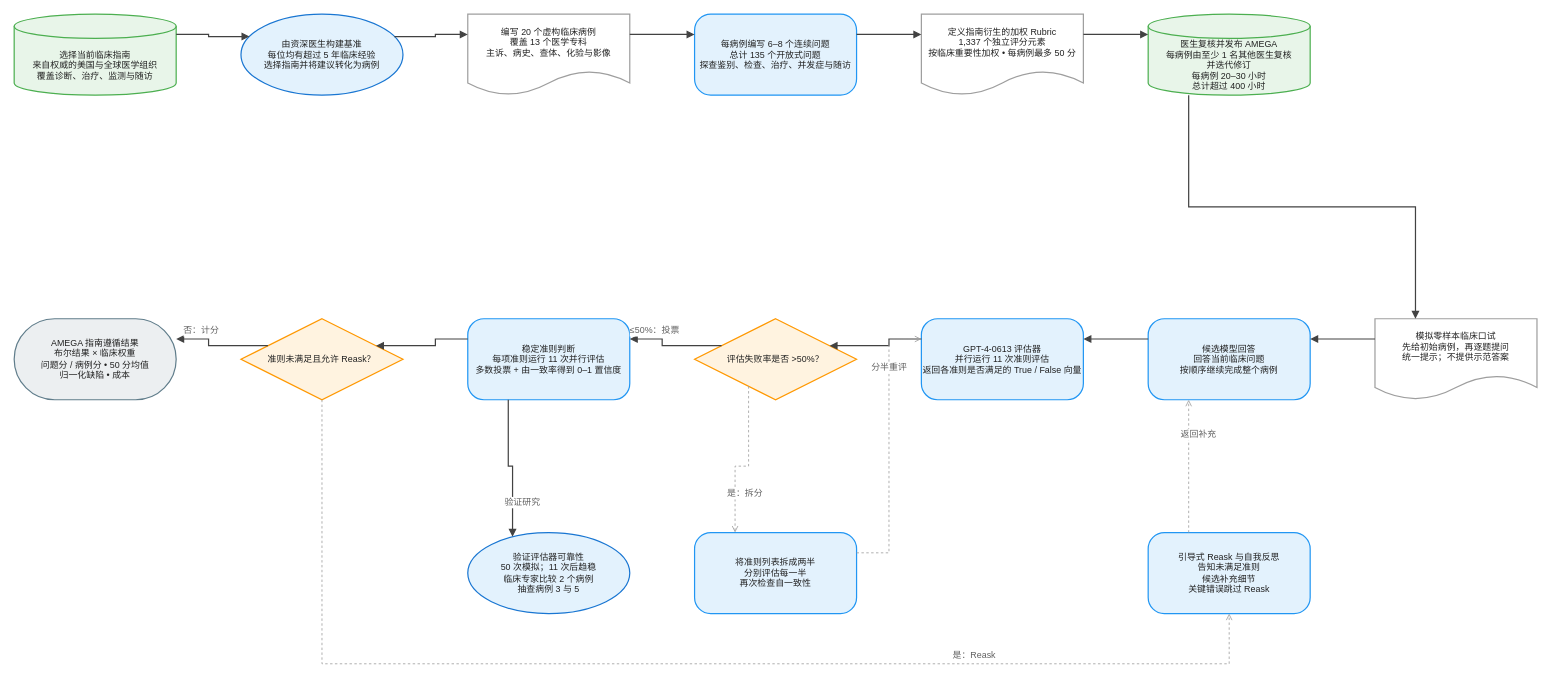
joe1chief/benchmark-hub keeps this draw.io diagram as client/public/drawio/AMEGA-LLM/AMEGA-LLM.zh.drawio. Above is the earlier version. Source tidied: cells renumbered, new cells numbered last; positions are measured from the earlier drawing's top-left corner, leaving out a move shared by most shapes. Both pictures are drawn from the tidied source at 81%, with x=0, y=0 at pixel (14, 14).
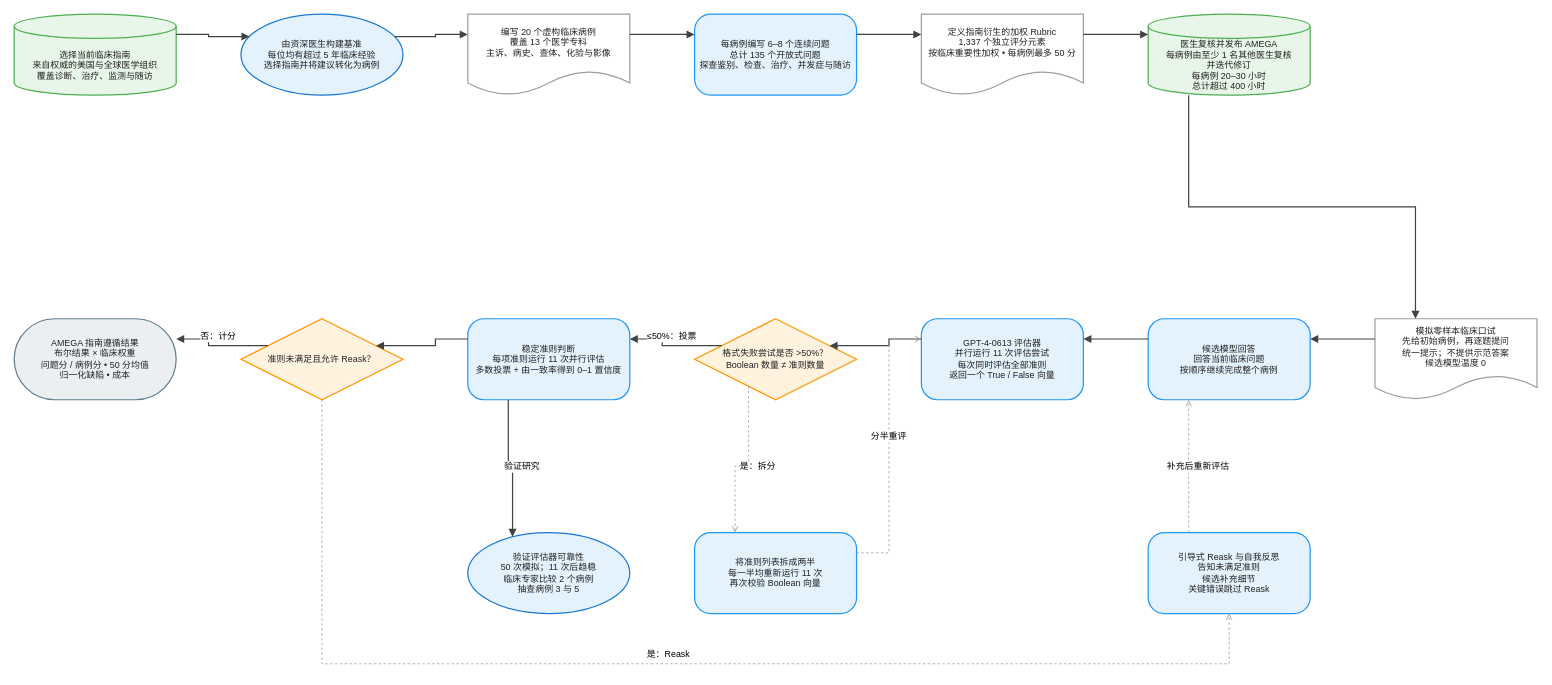
Above is the later version.

The change refers to these unchanged cells:
```xml
<mxCell id="9" value="候选模型回答&#10;回答当前临床问题&#10;按顺序继续完成整个病例" style="rounded=1;arcSize=20;html=0;convertToSvg=1;whiteSpace=wrap;fillColor=#E3F2FD;strokeColor=#2196F3;strokeWidth=1.5;fontColor=#212121;fontSize=11;fontFamily=Arial, Helvetica, sans-serif;verticalAlign=middle;align=center;" parent="1" vertex="1">
  <mxGeometry x="1400" y="376" width="200" height="100" as="geometry" />
</mxCell>
<mxCell id="13" value="准则未满足且允许 Reask？" style="rhombus;html=0;convertToSvg=1;whiteSpace=wrap;fillColor=#FFF3E0;strokeColor=#FF9800;strokeWidth=1.5;fontColor=#212121;fontSize=11;fontFamily=Arial, Helvetica, sans-serif;verticalAlign=middle;align=center;" parent="1" vertex="1">
  <mxGeometry x="280" y="376" width="200" height="100" as="geometry" />
</mxCell>
<mxCell id="14" value="引导式 Reask 与自我反思&#10;告知未满足准则&#10;候选补充细节&#10;关键错误跳过 Reask" style="rounded=1;arcSize=20;html=0;convertToSvg=1;whiteSpace=wrap;fillColor=#E3F2FD;strokeColor=#2196F3;strokeWidth=1.5;fontColor=#212121;fontSize=11;fontFamily=Arial, Helvetica, sans-serif;verticalAlign=middle;align=center;" parent="1" vertex="1">
  <mxGeometry x="1400" y="640" width="200" height="100" as="geometry" />
</mxCell>
<mxCell id="15" value="稳定准则判断&#10;每项准则运行 11 次并行评估&#10;多数投票 + 由一致率得到 0–1 置信度" style="rounded=1;arcSize=20;html=0;convertToSvg=1;whiteSpace=wrap;fillColor=#E3F2FD;strokeColor=#2196F3;strokeWidth=1.5;fontColor=#212121;fontSize=11;fontFamily=Arial, Helvetica, sans-serif;verticalAlign=middle;align=center;" parent="1" vertex="1">
  <mxGeometry x="560" y="376" width="200" height="100" as="geometry" />
</mxCell>
<mxCell id="16" value="AMEGA 指南遵循结果&#10;布尔结果 × 临床权重&#10;问题分 / 病例分 • 50 分均值&#10;归一化缺陷 • 成本" style="rounded=1;arcSize=50;html=0;convertToSvg=1;whiteSpace=wrap;fillColor=#ECEFF1;strokeColor=#607D8B;strokeWidth=1.5;fontColor=#212121;fontSize=11;fontFamily=Arial, Helvetica, sans-serif;verticalAlign=middle;align=center;" parent="1" vertex="1">
  <mxGeometry y="376" width="200" height="100" as="geometry" />
</mxCell>
<mxCell id="17" value="验证评估器可靠性&#10;50 次模拟；11 次后趋稳&#10;临床专家比较 2 个病例&#10;抽查病例 3 与 5" style="ellipse;html=0;convertToSvg=1;whiteSpace=wrap;fillColor=#E3F2FD;strokeColor=#1976D2;strokeWidth=1.5;fontColor=#212121;fontSize=11;fontFamily=Arial, Helvetica, sans-serif;verticalAlign=middle;align=center;" parent="1" vertex="1">
  <mxGeometry x="560" y="640" width="200" height="100" as="geometry" />
</mxCell>
```

The edit, as a diff of the source:
```diff
@@
-    <mxCell id="8" value="模拟零样本临床口试&#10;先给初始病例，再逐题提问&#10;统一提示；不提供示范答案" style="shape=document;boundedLbl=1;html=0;convertToSvg=1;whiteSpace=wrap;fillColor=#FFFFFF;strokeColor=#9E9E9E;strokeWidth=1.5;fontColor=#212121;fontSize=11;fontFamily=Arial, Helvetica, sans-serif;verticalAlign=middle;align=center;" parent="1" vertex="1">
+    <mxCell id="8" value="模拟零样本临床口试&#10;先给初始病例，再逐题提问&#10;统一提示；不提供示范答案&#10;候选模型温度 0" style="shape=document;boundedLbl=1;html=0;convertToSvg=1;whiteSpace=wrap;fillColor=#FFFFFF;strokeColor=#9E9E9E;strokeWidth=1.5;fontColor=#212121;fontSize=11;fontFamily=Arial, Helvetica, sans-serif;verticalAlign=middle;align=center;" parent="1" vertex="1">
       <mxGeometry x="1680" y="376" width="200" height="100" as="geometry" />
     </mxCell>
@@
-    <mxCell id="10" value="GPT-4-0613 评估器&#10;并行运行 11 次准则评估&#10;返回各准则是否满足的 True / False 向量" style="rounded=1;arcSize=20;html=0;convertToSvg=1;whiteSpace=wrap;fillColor=#E3F2FD;strokeColor=#2196F3;strokeWidth=1.5;fontColor=#212121;fontSize=11;fontFamily=Arial, Helvetica, sans-serif;verticalAlign=middle;align=center;" parent="1" vertex="1">
+    <mxCell id="10" value="GPT-4-0613 评估器&#10;并行运行 11 次评估尝试&#10;每次同时评估全部准则&#10;返回一个 True / False 向量" style="rounded=1;arcSize=20;html=0;convertToSvg=1;whiteSpace=wrap;fillColor=#E3F2FD;strokeColor=#2196F3;strokeWidth=1.5;fontColor=#212121;fontSize=11;fontFamily=Arial, Helvetica, sans-serif;verticalAlign=middle;align=center;" parent="1" vertex="1">
       <mxGeometry x="1120" y="376" width="200" height="100" as="geometry" />
     </mxCell>
-    <mxCell id="11" value="评估失败率是否 &gt;50%？" style="rhombus;html=0;convertToSvg=1;whiteSpace=wrap;fillColor=#FFF3E0;strokeColor=#FF9800;strokeWidth=1.5;fontColor=#212121;fontSize=11;fontFamily=Arial, Helvetica, sans-serif;verticalAlign=middle;align=center;" parent="1" vertex="1">
+    <mxCell id="11" value="格式失败尝试是否 &gt;50%？&#10;Boolean 数量 ≠ 准则数量" style="rhombus;html=0;convertToSvg=1;whiteSpace=wrap;fillColor=#FFF3E0;strokeColor=#FF9800;strokeWidth=1.5;fontColor=#212121;fontSize=11;fontFamily=Arial, Helvetica, sans-serif;verticalAlign=middle;align=center;" parent="1" vertex="1">
       <mxGeometry x="840" y="376" width="200" height="100" as="geometry" />
     </mxCell>
-    <mxCell id="12" value="将准则列表拆成两半&#10;分别评估每一半&#10;再次检查自一致性" style="rounded=1;arcSize=20;html=0;convertToSvg=1;whiteSpace=wrap;fillColor=#E3F2FD;strokeColor=#2196F3;strokeWidth=1.5;fontColor=#212121;fontSize=11;fontFamily=Arial, Helvetica, sans-serif;verticalAlign=middle;align=center;" parent="1" vertex="1">
+    <mxCell id="12" value="将准则列表拆成两半&#10;每一半均重新运行 11 次&#10;再次校验 Boolean 向量" style="rounded=1;arcSize=20;html=0;convertToSvg=1;whiteSpace=wrap;fillColor=#E3F2FD;strokeColor=#2196F3;strokeWidth=1.5;fontColor=#212121;fontSize=11;fontFamily=Arial, Helvetica, sans-serif;verticalAlign=middle;align=center;" parent="1" vertex="1">
       <mxGeometry x="840" y="640" width="200" height="100" as="geometry" />
     </mxCell>
@@
-    <mxCell id="27" style="edgeStyle=orthogonalEdgeStyle;rounded=0;jettySize=auto;html=0;convertToSvg=1;strokeColor=#9E9E9E;strokeWidth=1;endArrow=open;endFill=0;exitX=0.25;exitY=1;exitDx=0;exitDy=0;entryX=0.25;entryY=0;entryDx=0;entryDy=0;dashed=1;dashPattern=3 3;jumpStyle=arc;jumpSize=8;" parent="1" edge="1" source="11" target="12">
-      <mxGeometry relative="1" as="geometry" />
+    <mxCell id="27" value="是：拆分" style="edgeStyle=orthogonalEdgeStyle;rounded=0;jettySize=auto;html=0;convertToSvg=1;strokeColor=#9E9E9E;strokeWidth=1;endArrow=open;endFill=0;exitX=0.25;exitY=1;exitDx=0;exitDy=0;entryX=0.25;entryY=0;entryDx=0;entryDy=0;dashed=1;dashPattern=3 3;jumpStyle=arc;jumpSize=8;" parent="1" edge="1" source="11" target="12">
+      <mxGeometry relative="1" as="geometry">
+        <mxPoint x="12" as="offset" />
+      </mxGeometry>
     </mxCell>
-    <mxCell id="28" value="是：拆分" style="edgeLabel;html=0;convertToSvg=1;align=center;verticalAlign=middle;fontSize=11;fontColor=#616161;" parent="27" vertex="1">
-      <mxGeometry x="0.5" relative="1" as="geometry">
-        <mxPoint x="12" as="offset" />
-      </mxGeometry>
-    </mxCell>
-    <mxCell id="29" style="edgeStyle=orthogonalEdgeStyle;rounded=0;jettySize=auto;html=0;convertToSvg=1;strokeColor=#9E9E9E;strokeWidth=1;endArrow=open;endFill=0;exitX=1;exitY=0.25;exitDx=0;exitDy=0;entryX=0;entryY=0.25;entryDx=0;entryDy=0;dashed=1;dashPattern=3 3;jumpStyle=arc;jumpSize=8;" parent="1" edge="1" source="12" target="10">
-      <mxGeometry relative="1" as="geometry" />
+    <mxCell id="29" value="分半重评" style="edgeStyle=orthogonalEdgeStyle;rounded=0;jettySize=auto;html=0;convertToSvg=1;strokeColor=#9E9E9E;strokeWidth=1;endArrow=open;endFill=0;exitX=1;exitY=0.25;exitDx=0;exitDy=0;entryX=0;entryY=0.25;entryDx=0;entryDy=0;dashed=1;dashPattern=3 3;jumpStyle=arc;jumpSize=8;" parent="1" edge="1" source="12" target="10">
+      <mxGeometry relative="1" as="geometry">
+        <mxPoint y="-12" as="offset" />
+      </mxGeometry>
     </mxCell>
-    <mxCell id="30" value="分半重评" style="edgeLabel;html=0;convertToSvg=1;align=center;verticalAlign=middle;fontSize=11;fontColor=#616161;" parent="29" vertex="1">
-      <mxGeometry x="0.5" relative="1" as="geometry">
-        <mxPoint y="-12" as="offset" />
-      </mxGeometry>
-    </mxCell>
-    <mxCell id="31" style="edgeStyle=orthogonalEdgeStyle;rounded=0;jettySize=auto;html=0;convertToSvg=1;strokeColor=#424242;strokeWidth=1.5;endArrow=block;endFill=1;exitX=0;exitY=0.25;exitDx=0;exitDy=0;entryX=1;entryY=0.25;entryDx=0;entryDy=0;jumpStyle=arc;jumpSize=8;" parent="1" edge="1" source="11" target="15">
-      <mxGeometry relative="1" as="geometry" />
+    <mxCell id="31" value="≤50%：投票" style="edgeStyle=orthogonalEdgeStyle;rounded=0;jettySize=auto;html=0;convertToSvg=1;strokeColor=#424242;strokeWidth=1.5;endArrow=block;endFill=1;exitX=0;exitY=0.25;exitDx=0;exitDy=0;entryX=1;entryY=0.25;entryDx=0;entryDy=0;jumpStyle=arc;jumpSize=8;" parent="1" edge="1" source="11" target="15">
+      <mxGeometry relative="1" as="geometry">
+        <mxPoint y="-12" as="offset" />
+      </mxGeometry>
     </mxCell>
-    <mxCell id="32" value="≤50%：投票" style="edgeLabel;html=0;convertToSvg=1;align=center;verticalAlign=middle;fontSize=11;fontColor=#616161;" parent="31" vertex="1">
-      <mxGeometry x="0.5" relative="1" as="geometry">
-        <mxPoint y="-12" as="offset" />
-      </mxGeometry>
-    </mxCell>
@@
-    <mxCell id="34" style="edgeStyle=orthogonalEdgeStyle;rounded=0;jettySize=auto;html=0;convertToSvg=1;strokeColor=#9E9E9E;strokeWidth=1;endArrow=open;endFill=0;dashed=1;dashPattern=3 3;jumpStyle=arc;jumpSize=8;" parent="1" edge="1" source="13" target="14">
+    <mxCell id="34" value="是：Reask" style="edgeStyle=orthogonalEdgeStyle;rounded=0;jettySize=auto;html=0;convertToSvg=1;strokeColor=#9E9E9E;strokeWidth=1;endArrow=open;endFill=0;dashed=1;dashPattern=3 3;jumpStyle=arc;jumpSize=8;" parent="1" edge="1" source="13" target="14">
       <mxGeometry relative="1" as="geometry">
         <Array as="points">
           <mxPoint x="380" y="802" />
           <mxPoint x="1500" y="802" />
         </Array>
+        <mxPoint y="-12" as="offset" />
       </mxGeometry>
     </mxCell>
-    <mxCell id="35" value="是：Reask" style="edgeLabel;html=0;convertToSvg=1;align=center;verticalAlign=middle;fontSize=11;fontColor=#616161;" parent="34" vertex="1">
-      <mxGeometry x="0.5" relative="1" as="geometry">
-        <mxPoint y="-12" as="offset" />
-      </mxGeometry>
-    </mxCell>
-    <mxCell id="36" style="edgeStyle=orthogonalEdgeStyle;rounded=0;jettySize=auto;html=0;convertToSvg=1;strokeColor=#9E9E9E;strokeWidth=1;endArrow=open;endFill=0;exitX=0.25;exitY=0;exitDx=0;exitDy=0;entryX=0.25;entryY=1;entryDx=0;entryDy=0;dashed=1;dashPattern=3 3;jumpStyle=arc;jumpSize=8;" parent="1" edge="1" source="14" target="9">
-      <mxGeometry relative="1" as="geometry" />
+    <mxCell id="36" value="补充后重新评估" style="edgeStyle=orthogonalEdgeStyle;rounded=0;jettySize=auto;html=0;convertToSvg=1;strokeColor=#9E9E9E;strokeWidth=1;endArrow=open;endFill=0;exitX=0.25;exitY=0;exitDx=0;exitDy=0;entryX=0.25;entryY=1;entryDx=0;entryDy=0;dashed=1;dashPattern=3 3;jumpStyle=arc;jumpSize=8;" parent="1" edge="1" source="14" target="9">
+      <mxGeometry relative="1" as="geometry">
+        <mxPoint x="12" as="offset" />
+      </mxGeometry>
     </mxCell>
-    <mxCell id="37" value="返回补充" style="edgeLabel;html=0;convertToSvg=1;align=center;verticalAlign=middle;fontSize=11;fontColor=#616161;" parent="36" vertex="1">
-      <mxGeometry x="0.5" relative="1" as="geometry">
-        <mxPoint x="12" as="offset" />
-      </mxGeometry>
-    </mxCell>
-    <mxCell id="38" style="edgeStyle=orthogonalEdgeStyle;rounded=0;jettySize=auto;html=0;convertToSvg=1;strokeColor=#424242;strokeWidth=1.5;endArrow=block;endFill=1;exitX=0;exitY=0.25;exitDx=0;exitDy=0;entryX=1;entryY=0.25;entryDx=0;entryDy=0;jumpStyle=arc;jumpSize=8;" parent="1" edge="1" source="13" target="16">
-      <mxGeometry relative="1" as="geometry" />
+    <mxCell id="38" value="否：计分" style="edgeStyle=orthogonalEdgeStyle;rounded=0;jettySize=auto;html=0;convertToSvg=1;strokeColor=#424242;strokeWidth=1.5;endArrow=block;endFill=1;exitX=0;exitY=0.25;exitDx=0;exitDy=0;entryX=1;entryY=0.25;entryDx=0;entryDy=0;jumpStyle=arc;jumpSize=8;" parent="1" edge="1" source="13" target="16">
+      <mxGeometry relative="1" as="geometry">
+        <mxPoint y="-12" as="offset" />
+      </mxGeometry>
     </mxCell>
-    <mxCell id="39" value="否：计分" style="edgeLabel;html=0;convertToSvg=1;align=center;verticalAlign=middle;fontSize=11;fontColor=#616161;" parent="38" vertex="1">
-      <mxGeometry x="0.5" relative="1" as="geometry">
-        <mxPoint y="-12" as="offset" />
-      </mxGeometry>
-    </mxCell>
-    <mxCell id="40" style="edgeStyle=orthogonalEdgeStyle;rounded=0;jettySize=auto;html=0;convertToSvg=1;strokeColor=#424242;strokeWidth=1.5;endArrow=block;endFill=1;exitX=0.25;exitY=1;exitDx=0;exitDy=0;entryX=0.25;entryY=0;entryDx=0;entryDy=0;jumpStyle=arc;jumpSize=8;" parent="1" edge="1" source="15" target="17">
-      <mxGeometry relative="1" as="geometry" />
+    <mxCell id="40" value="验证研究" style="edgeStyle=orthogonalEdgeStyle;rounded=0;jettySize=auto;html=0;convertToSvg=1;strokeColor=#424242;strokeWidth=1.5;endArrow=block;endFill=1;exitX=0.25;exitY=1;exitDx=0;exitDy=0;entryX=0.25;entryY=0;entryDx=0;entryDy=0;jumpStyle=arc;jumpSize=8;" parent="1" edge="1" source="15" target="17">
+      <mxGeometry relative="1" as="geometry">
+        <mxPoint x="12" as="offset" />
+      </mxGeometry>
     </mxCell>
-    <mxCell id="41" value="验证研究" style="edgeLabel;html=0;convertToSvg=1;align=center;verticalAlign=middle;fontSize=11;fontColor=#616161;" parent="40" vertex="1">
-      <mxGeometry x="0.5" relative="1" as="geometry">
-        <mxPoint x="12" as="offset" />
-      </mxGeometry>
-    </mxCell>
```
